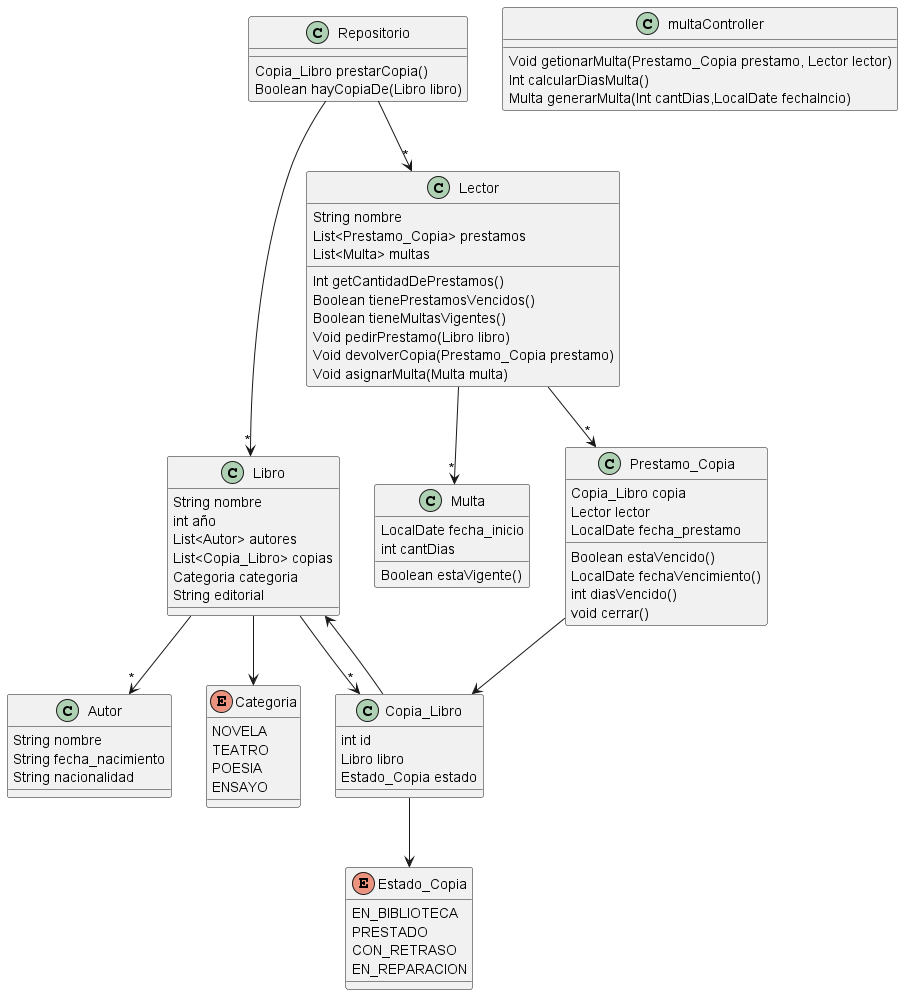
Above: src/Diagramas Ej31/DiagrameDeClases-EJ31.png in LucasBarr99/DDS-Grupo7 (PlantUML), before the change.
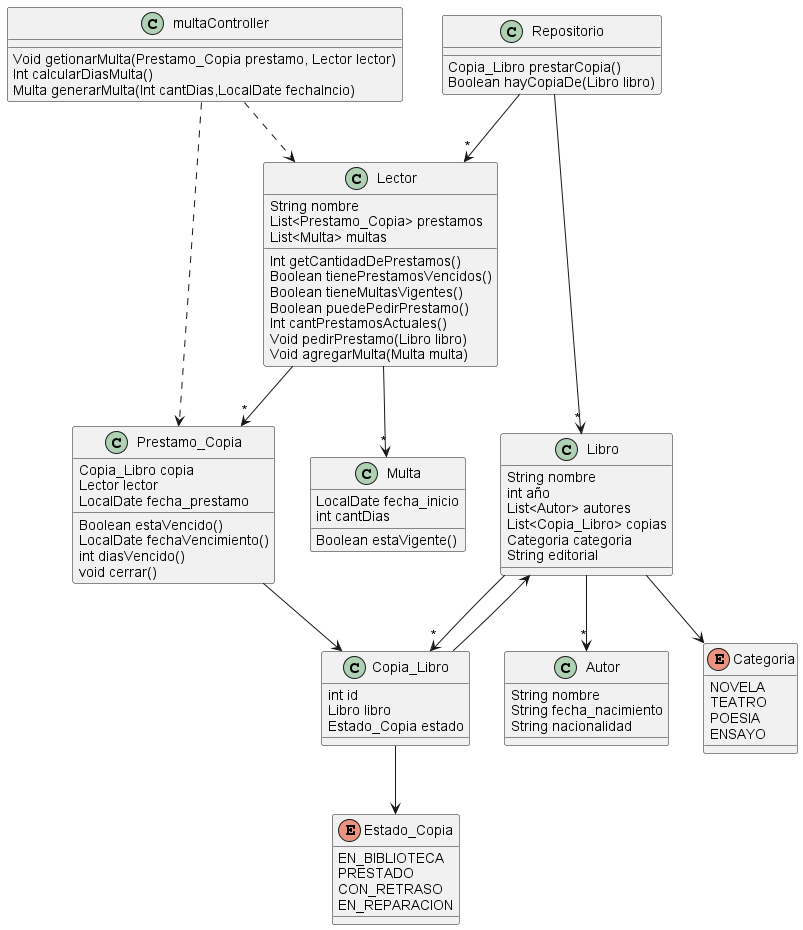
The same file after the commit.

Commit message:
Actualizo imagen DC ej 31

The edit, as a diff of the source:
```diff
@@ -61,9 +61,10 @@
     Int getCantidadDePrestamos()
     Boolean tienePrestamosVencidos()
     Boolean tieneMultasVigentes()
+    Boolean puedePedirPrestamo()
+    Int cantPrestamosActuales()
     Void pedirPrestamo(Libro libro)
-    Void devolverCopia(Prestamo_Copia prestamo)
-    Void asignarMulta(Multa multa)
+    Void agregarMulta(Multa multa)
 }
 class Multa{
     LocalDate fecha_inicio
@@ -80,12 +81,19 @@
 
 Libro --> Categoria
 Libro -->"*" Autor
+Libro -->"*" Copia_Libro
+
 Copia_Libro --> Estado_Copia
 Copia_Libro --> Libro
+
 Prestamo_Copia --> Copia_Libro
+
 Lector -->"*" Multa
-Libro -->"*" Copia_Libro
 Lector -->"*" Prestamo_Copia
+
+multaController ..> Lector
+multaController ..> Prestamo_Copia
+
 Repositorio -->"*" Libro
 Repositorio -->"*" Lector
 
```
